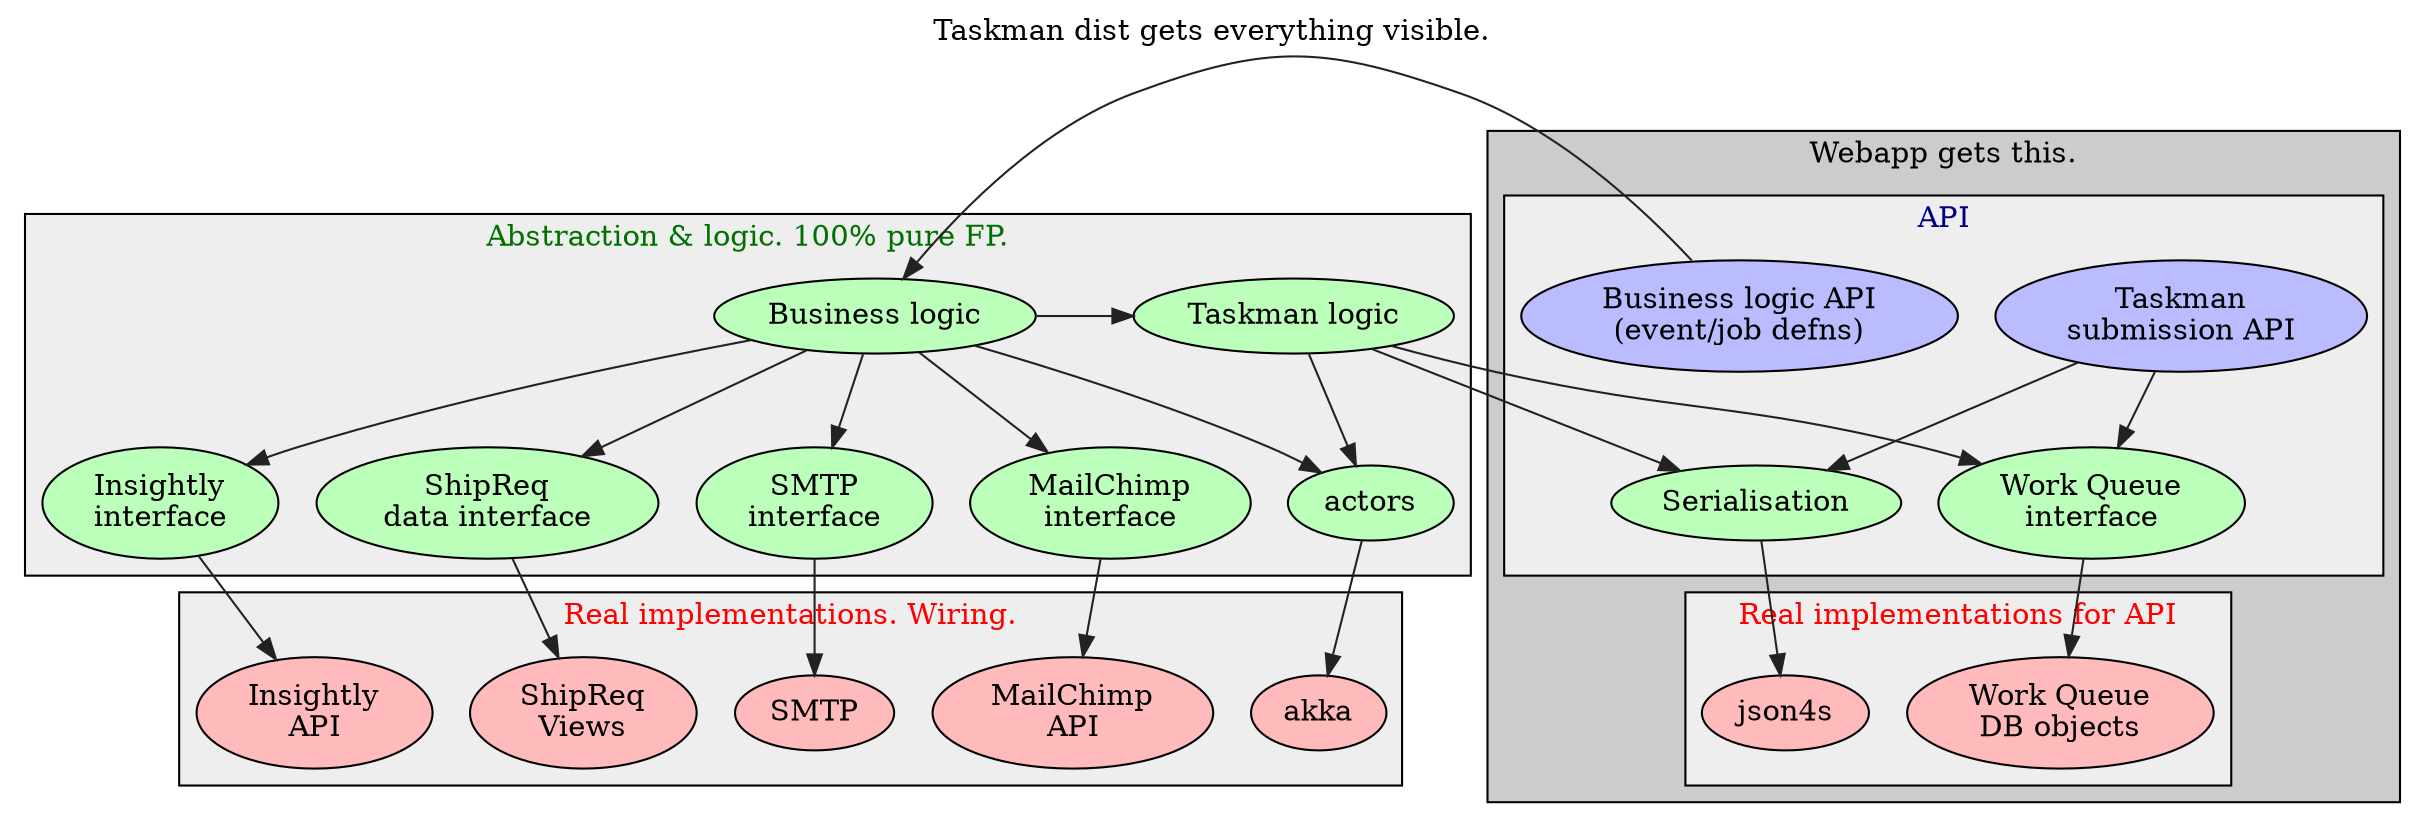
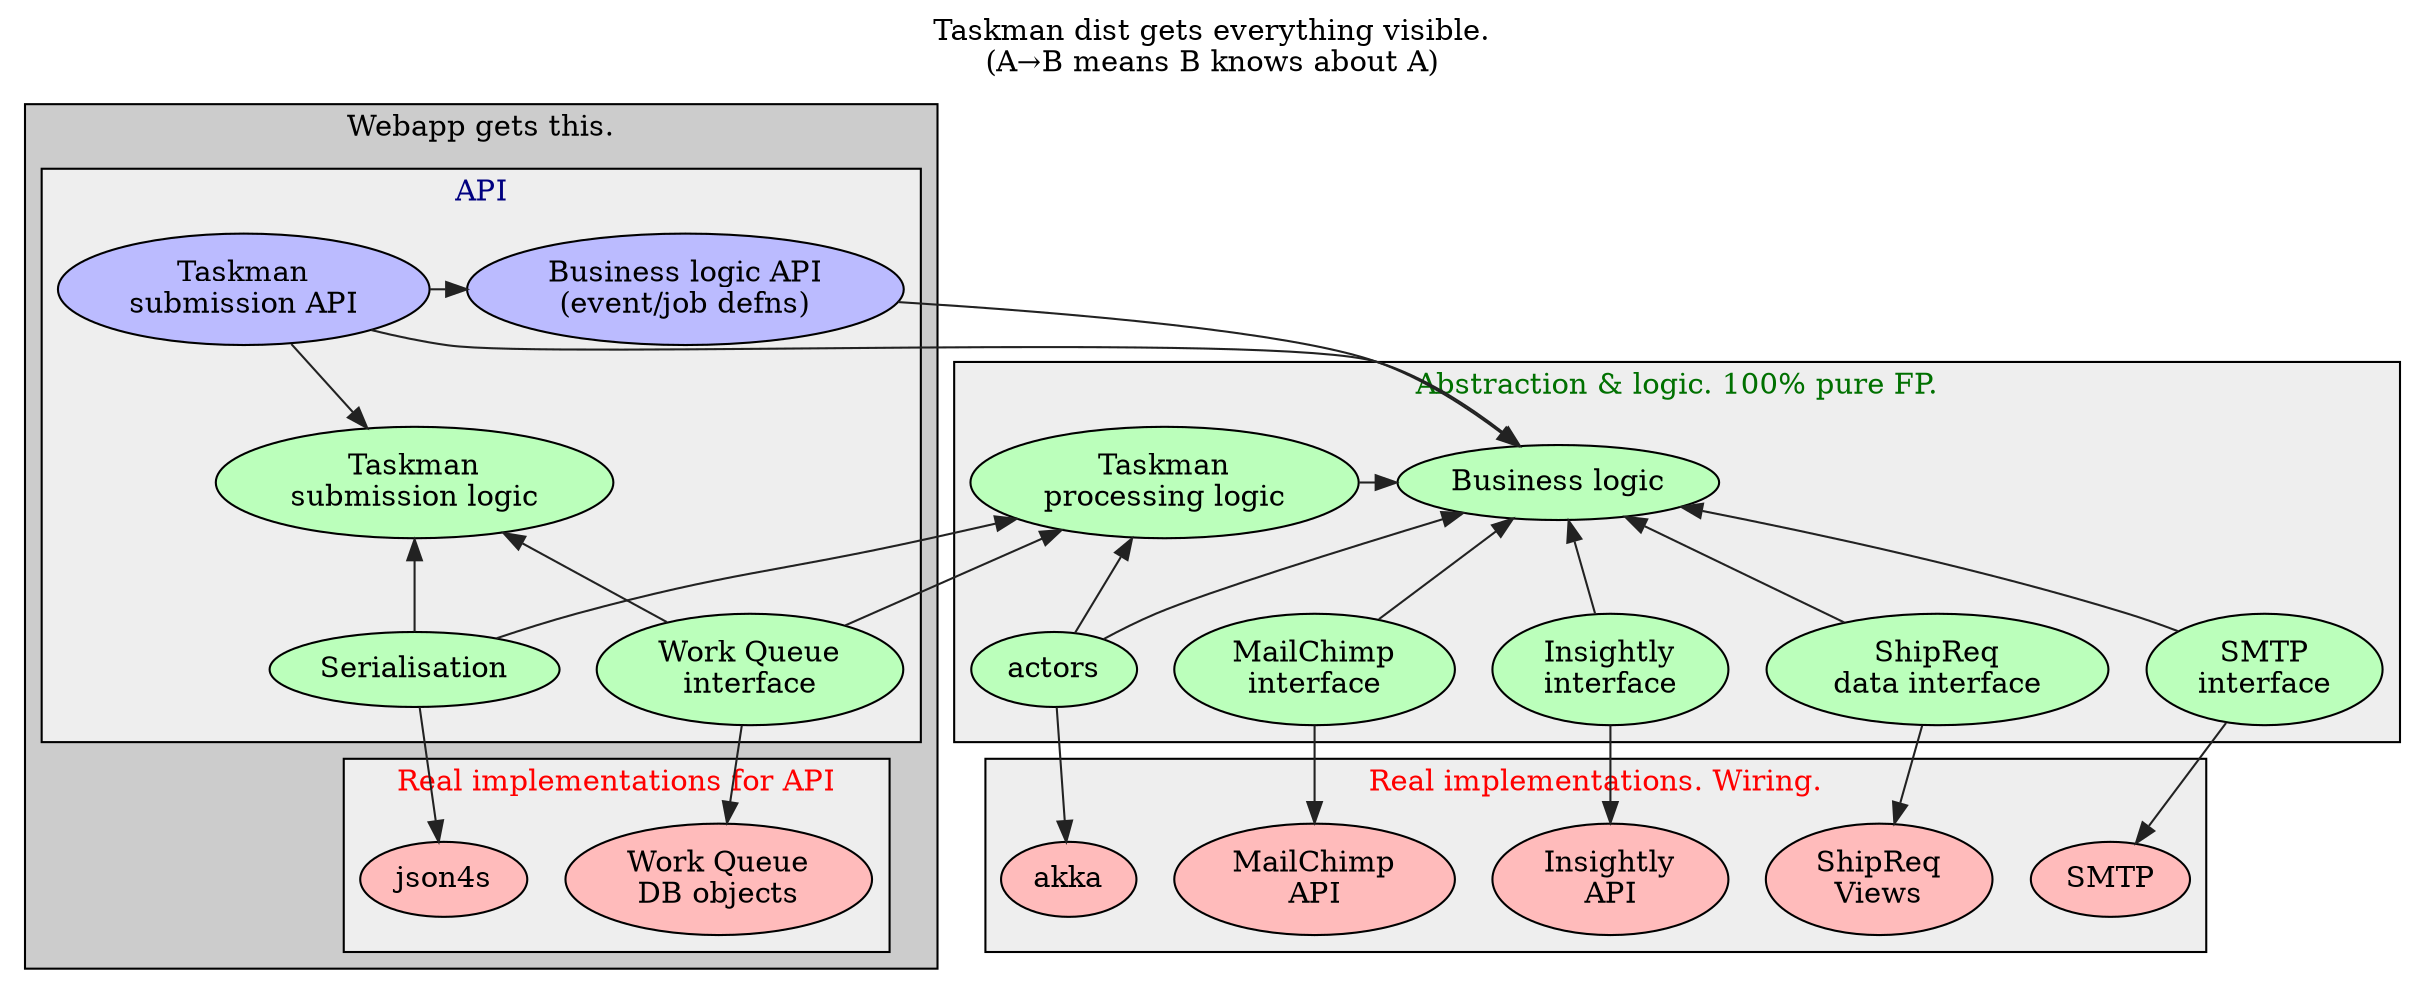
digraph G {
compound=true
labelloc=t
node[style=filled]
edge[color="#222222"]
- label="Taskman dist gets everything visible."
+ label="Taskman dist gets everything visible.\n(A→B means B knows about A)"

subgraph cluster_abs {
  label="Abstraction & logic. 100% pure FP." style=filled fillcolor="#eeeeee" fontcolor="#007000" node[fillcolor="#bbffbb"]
  dbv [label="ShipReq\ndata interface"]
  smtp [label="SMTP\ninterface"]
  mc [label="MailChimp\ninterface"]
  crm [label="Insightly\ninterface"]
  actors
  bl [label="Business logic"]
-   tl [label="Taskman logic"]
+   tl [label="Taskman\nprocessing logic"]
}

subgraph cluster_real {
  label="Real implementations. Wiring." style=filled fillcolor="#eeeeee" fontcolor=red node[fillcolor="#ffbbbb"]
  _dbv [label="ShipReq\nViews"]
  _smtp [label="SMTP"]
  _mc [label="MailChimp\nAPI"]
  _crm [label="Insightly\nAPI"]
  akka
}

subgraph cluster_public {
  label="Webapp gets this." style=filled fillcolor="#cccccc"

  subgraph cluster_api {
    label="API" style=filled fillcolor="#eeeeee" fontcolor="#000080" node[fillcolor="#bbbbff"]
    bla [label="Business logic API\n(event/job defns)"]
    tla [label="Taskman\nsubmission API"]
+     tsl [label="Taskman\nsubmission logic" fillcolor="#bbffbb"]
    ser [label="Serialisation" fillcolor="#bbffbb"]
    workq [label="Work Queue\ninterface" fillcolor="#bbffbb"]
  }

  subgraph cluster_realp {
    label="Real implementations for API" style=filled fillcolor="#eeeeee" fontcolor=red node[fillcolor="#ffbbbb"]
    _workq [label="Work Queue\nDB objects"]
    json4s
  }
}


dbv -> _dbv
workq -> _workq
smtp -> _smtp
mc -> _mc
crm -> _crm
ser -> json4s
actors -> akka

- tl -> actors
- tl -> workq,ser
- bl -> dbv,smtp,mc,crm,actors
- bl -> tl [constraint=false]
+ tl -> actors [dir=back]
+ tl -> workq,ser [dir=back]
+ bl -> dbv,smtp,mc,crm,actors [dir=back]
+ tl -> bl [constraint=false]

- bla -> bl
- tla -> ser,workq
+ tla -> bla [constraint=false]
+ tla,bla -> bl
+ tla -> tsl
+ tsl -> ser,workq [dir=back]
+ // tsl -> tl [dir=back] // weird bug, draws twice if not backwards

}
